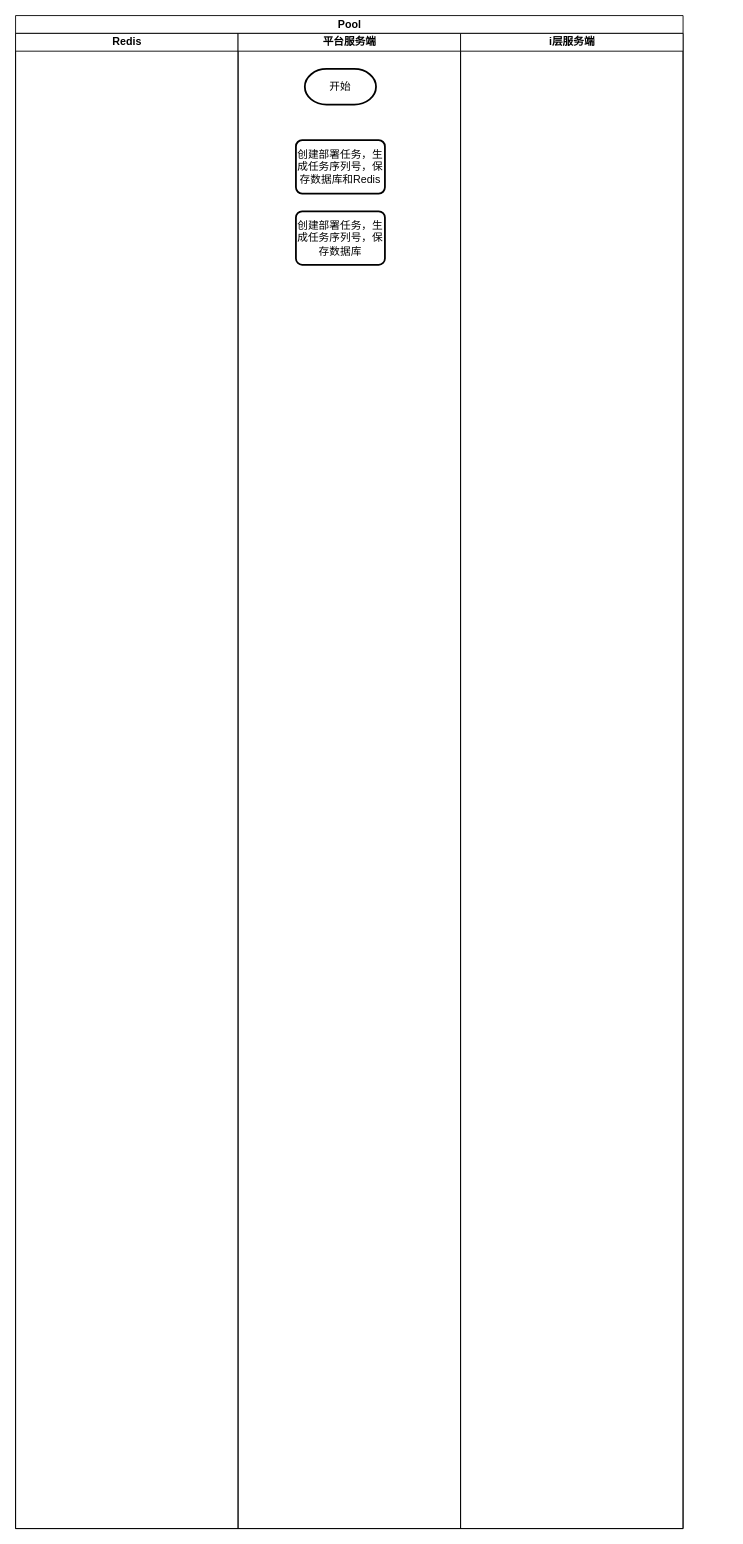
Above: page "流程图" (2 of 3) of SAAS自动部署.drawio in iceAcmen/myDesign (draw.io), before the change. Source tidied: cells renumbered, new cells numbered last; positions are measured from the earlier drawing's top-left corner, leaving out a move shared by most shapes. Both pictures are drawn from the tidied source at 89%, with x=0, y=0 at pixel (15, 15).
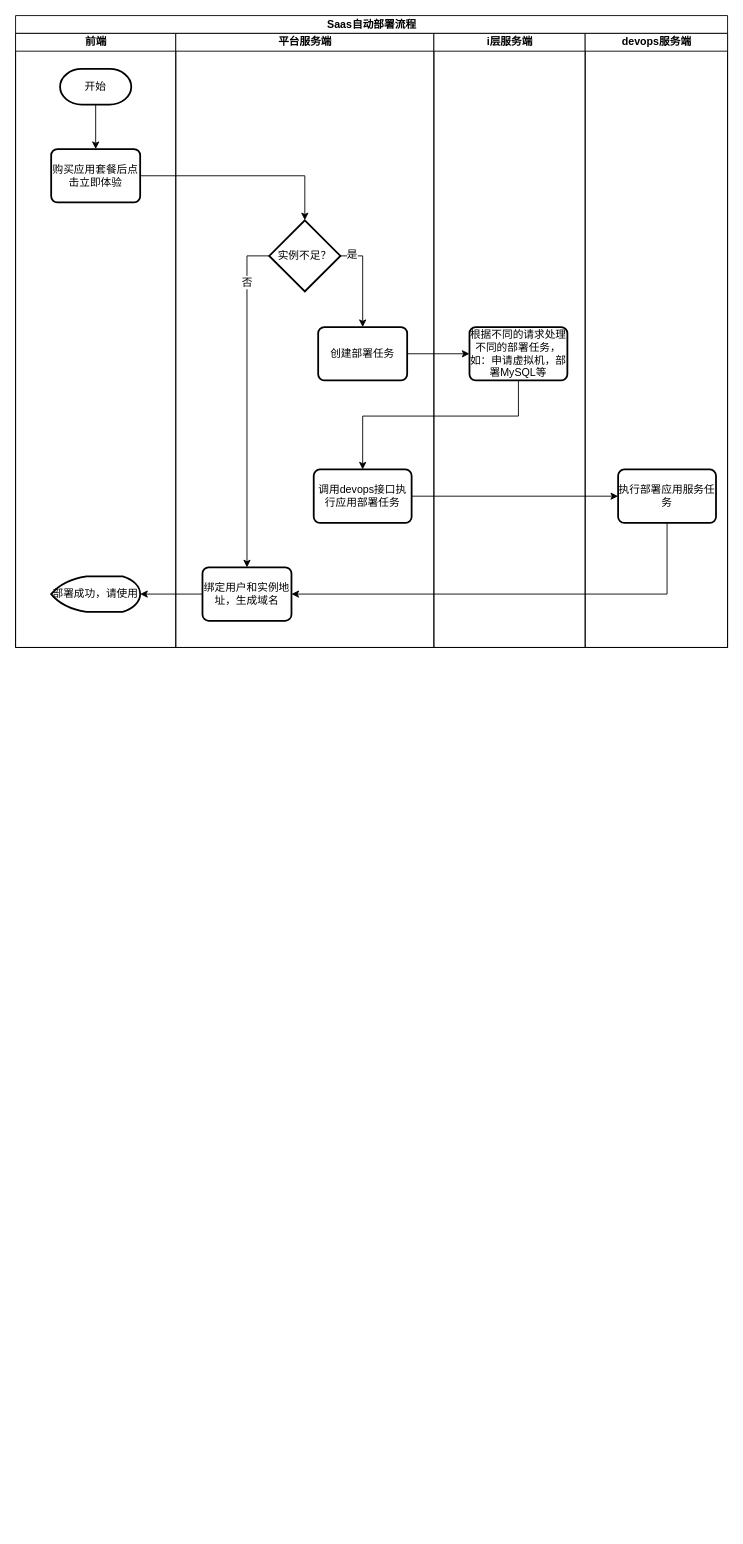
After the change.

Diff of the diagram source:
```diff
@@
-    <mxCell id="2" value="Pool" style="swimlane;html=1;startSize=20;" parent="1" vertex="1">
-      <mxGeometry width="750" height="1700" as="geometry" />
+    <mxCell id="2" value="Saas自动部署流程" style="swimlane;html=1;startSize=20;" parent="1" vertex="1">
+      <mxGeometry width="800" height="710" as="geometry" />
     </mxCell>
-    <mxCell id="3" value="Redis" style="swimlane;html=1;startSize=20;" parent="2" vertex="1">
-      <mxGeometry y="20" width="250" height="1680" as="geometry" />
+    <mxCell id="3" value="前端" style="swimlane;html=1;startSize=20;" parent="2" vertex="1">
+      <mxGeometry y="20" width="180" height="690" as="geometry" />
     </mxCell>
-    <mxCell id="4" value="平台服务端" style="swimlane;html=1;startSize=20;" parent="2" vertex="1">
-      <mxGeometry x="250" y="20" width="250" height="1680" as="geometry" />
-    </mxCell>
+    <mxCell id="9" style="edgeStyle=orthogonalEdgeStyle;rounded=0;jettySize=auto;html=1;entryX=0.5;entryY=0;entryDx=0;entryDy=0;" parent="3" edge="1" source="5" target="6">
+      <mxGeometry relative="1" as="geometry" />
+    </mxCell>
-    <mxCell id="5" value="开始" style="strokeWidth=2;html=1;shape=mxgraph.flowchart.terminator;whiteSpace=wrap;" parent="4" vertex="1">
-      <mxGeometry x="75" y="40" width="80" height="40" as="geometry" />
+    <mxCell id="5" value="开始" style="strokeWidth=2;html=1;shape=mxgraph.flowchart.terminator;whiteSpace=wrap;" parent="3" vertex="1">
+      <mxGeometry x="50" y="40" width="80" height="40" as="geometry" />
     </mxCell>
-    <mxCell id="6" value="创建部署任务，生成任务序列号，保存数据库和Redis" style="rounded=1;whiteSpace=wrap;html=1;absoluteArcSize=1;arcSize=14;strokeWidth=2;" parent="4" vertex="1">
-      <mxGeometry x="65" y="120" width="100" height="60" as="geometry" />
+    <mxCell id="6" value="购买应用套餐后点击立即体验" style="rounded=1;whiteSpace=wrap;html=1;absoluteArcSize=1;arcSize=14;strokeWidth=2;" parent="3" vertex="1">
+      <mxGeometry x="40" y="130" width="100" height="60" as="geometry" />
     </mxCell>
+    <mxCell id="10" value="部署成功，请使用" style="strokeWidth=2;html=1;shape=mxgraph.flowchart.display;whiteSpace=wrap;" parent="3" vertex="1">
+      <mxGeometry x="40" y="610" width="100" height="40" as="geometry" />
+    </mxCell>
+    <mxCell id="11" style="edgeStyle=orthogonalEdgeStyle;rounded=0;jettySize=auto;html=1;entryX=1;entryY=0.5;entryDx=0;entryDy=0;entryPerimeter=0;" parent="2" edge="1" source="7" target="10">
+      <mxGeometry relative="1" as="geometry" />
+    </mxCell>
+    <mxCell id="4" value="平台服务端" style="swimlane;html=1;startSize=20;" parent="2" vertex="1">
+      <mxGeometry x="180" y="20" width="290" height="690" as="geometry" />
+    </mxCell>
-    <mxCell id="7" value="创建部署任务，生成任务序列号，保存数据库" style="rounded=1;whiteSpace=wrap;html=1;absoluteArcSize=1;arcSize=14;strokeWidth=2;" parent="4" vertex="1">
-      <mxGeometry x="65" y="200" width="100" height="60" as="geometry" />
+    <mxCell id="7" value="绑定用户和实例地址，生成域名" style="rounded=1;whiteSpace=wrap;html=1;absoluteArcSize=1;arcSize=14;strokeWidth=2;" parent="4" vertex="1">
+      <mxGeometry x="30" y="600" width="100" height="60" as="geometry" />
     </mxCell>
+    <mxCell id="12" style="edgeStyle=orthogonalEdgeStyle;rounded=0;jettySize=auto;html=1;entryX=0.5;entryY=0;entryDx=0;entryDy=0;exitX=1;exitY=0.5;exitDx=0;exitDy=0;exitPerimeter=0;" parent="4" edge="1" source="14" target="17">
+      <mxGeometry as="geometry" />
+    </mxCell>
+    <mxCell id="13" value="是" style="text;html=1;align=center;verticalAlign=middle;labelBackgroundColor=#ffffff;" parent="12" vertex="1">
+      <mxGeometry x="-0.56" relative="1" as="geometry">
+        <mxPoint x="-11" y="-2" as="offset" />
+      </mxGeometry>
+    </mxCell>
+    <mxCell id="14" value="实例不足？" style="strokeWidth=2;html=1;shape=mxgraph.flowchart.decision;whiteSpace=wrap;" parent="4" vertex="1">
+      <mxGeometry x="105" y="210" width="80" height="80" as="geometry" />
+    </mxCell>
+    <mxCell id="15" style="edgeStyle=orthogonalEdgeStyle;rounded=0;jettySize=auto;html=1;entryX=0.5;entryY=0;entryDx=0;entryDy=0;exitX=0;exitY=0.5;exitDx=0;exitDy=0;exitPerimeter=0;" parent="4" edge="1" source="14" target="7">
+      <mxGeometry as="geometry" />
+    </mxCell>
+    <mxCell id="16" value="否" style="text;html=1;align=center;verticalAlign=middle;labelBackgroundColor=#ffffff;" parent="15" vertex="1">
+      <mxGeometry x="-0.71" y="-1" relative="1" as="geometry" />
+    </mxCell>
+    <mxCell id="17" value="创建部署任务" style="rounded=1;whiteSpace=wrap;html=1;absoluteArcSize=1;arcSize=14;strokeWidth=2;" parent="4" vertex="1">
+      <mxGeometry x="160" y="330" width="100" height="60" as="geometry" />
+    </mxCell>
+    <mxCell id="18" value="调用devops接口执行应用部署任务" style="rounded=1;whiteSpace=wrap;html=1;absoluteArcSize=1;arcSize=14;strokeWidth=2;" parent="4" vertex="1">
+      <mxGeometry x="155" y="490" width="110" height="60" as="geometry" />
+    </mxCell>
     <mxCell id="8" value="i层服务端" style="swimlane;html=1;startSize=20;" parent="2" vertex="1">
-      <mxGeometry x="500" y="20" width="250" height="1680" as="geometry" />
+      <mxGeometry x="470" y="20" width="170" height="690" as="geometry" />
     </mxCell>
+    <mxCell id="19" value="根据不同的请求处理不同的部署任务，如：申请虚拟机，部署MySQL等" style="rounded=1;whiteSpace=wrap;html=1;absoluteArcSize=1;arcSize=14;strokeWidth=2;" parent="8" vertex="1">
+      <mxGeometry x="40" y="330" width="110" height="60" as="geometry" />
+    </mxCell>
+    <mxCell id="20" style="edgeStyle=orthogonalEdgeStyle;rounded=0;jettySize=auto;html=1;entryX=0.5;entryY=0;entryDx=0;entryDy=0;entryPerimeter=0;" parent="2" edge="1" source="6" target="14">
+      <mxGeometry relative="1" as="geometry" />
+    </mxCell>
+    <mxCell id="21" style="edgeStyle=orthogonalEdgeStyle;rounded=0;jettySize=auto;html=1;entryX=0;entryY=0.5;entryDx=0;entryDy=0;" parent="2" edge="1" source="17" target="19">
+      <mxGeometry relative="1" as="geometry" />
+    </mxCell>
+    <mxCell id="22" value="devops服务端" style="swimlane;html=1;startSize=20;" parent="2" vertex="1">
+      <mxGeometry x="640" y="20" width="160" height="690" as="geometry" />
+    </mxCell>
+    <mxCell id="23" value="执行部署应用服务任务" style="rounded=1;whiteSpace=wrap;html=1;absoluteArcSize=1;arcSize=14;strokeWidth=2;" parent="22" vertex="1">
+      <mxGeometry x="37" y="490" width="110" height="60" as="geometry" />
+    </mxCell>
+    <mxCell id="24" style="edgeStyle=orthogonalEdgeStyle;rounded=0;jettySize=auto;html=1;entryX=0.5;entryY=0;entryDx=0;entryDy=0;" parent="2" edge="1" source="19" target="18">
+      <mxGeometry relative="1" as="geometry">
+        <Array as="points">
+          <mxPoint x="565" y="450" />
+          <mxPoint x="390" y="450" />
+        </Array>
+      </mxGeometry>
+    </mxCell>
+    <mxCell id="25" style="edgeStyle=orthogonalEdgeStyle;rounded=0;jettySize=auto;html=1;entryX=0;entryY=0.5;entryDx=0;entryDy=0;" parent="2" edge="1" source="18" target="23">
+      <mxGeometry relative="1" as="geometry" />
+    </mxCell>
+    <mxCell id="26" style="edgeStyle=orthogonalEdgeStyle;rounded=0;jettySize=auto;html=1;entryX=1;entryY=0.5;entryDx=0;entryDy=0;" parent="2" edge="1" source="23" target="7">
+      <mxGeometry relative="1" as="geometry">
+        <Array as="points">
+          <mxPoint x="732" y="650" />
+        </Array>
+      </mxGeometry>
+    </mxCell>
```
